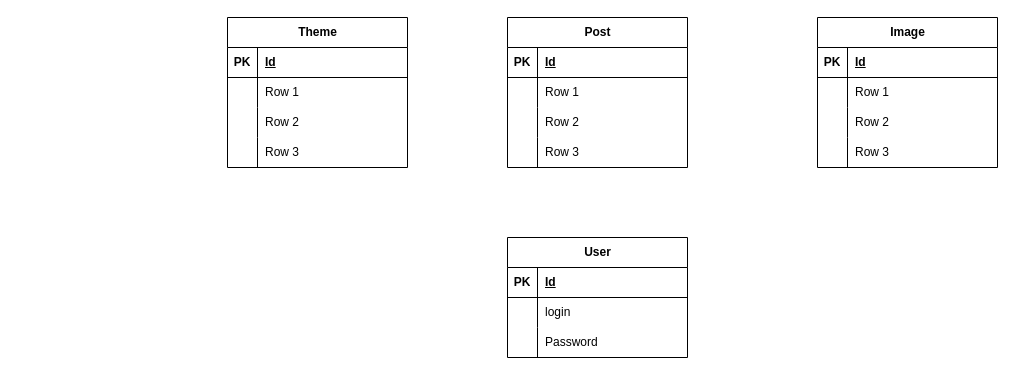
Above: Диаграмма без названия.drawio in AbominablePutridity/c_threads_api (draw.io), before the change. Source tidied: cells renumbered, new cells numbered last; positions are measured from the earlier drawing's top-left corner, leaving out a move shared by most shapes. Both pictures are drawn from the tidied source at 100%, with x=0, y=0 at pixel (227, 17).
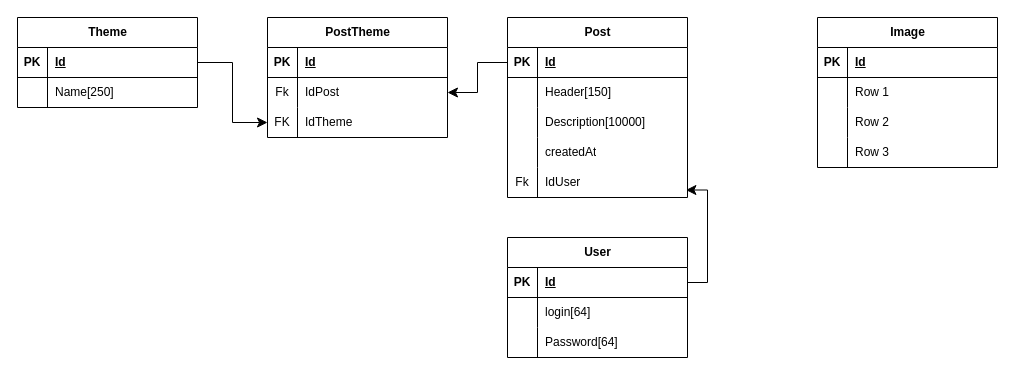
After the change.

The change refers to these unchanged cells:
```xml
<mxCell id="3" style="shape=tableRow;horizontal=0;startSize=0;swimlaneHead=0;swimlaneBody=0;fillColor=none;points=[[0,0.5],[1,0.5]];portConstraint=eastwest;top=0;left=0;right=0;bottom=1;" parent="2" vertex="1">
  <mxGeometry y="30" width="180" height="30" as="geometry" />
</mxCell>
<mxCell id="6" style="shape=tableRow;horizontal=0;startSize=0;swimlaneHead=0;swimlaneBody=0;fillColor=none;top=0;left=0;right=0;bottom=0;" parent="2" vertex="1">
  <mxGeometry y="60" width="180" height="30" as="geometry" />
</mxCell>
<mxCell id="16" style="shape=tableRow;horizontal=0;startSize=0;swimlaneHead=0;swimlaneBody=0;fillColor=none;points=[[0,0.5],[1,0.5]];portConstraint=eastwest;top=0;left=0;right=0;bottom=1;" parent="15" vertex="1">
  <mxGeometry y="30" width="180" height="30" as="geometry" />
</mxCell>
<mxCell id="19" style="shape=tableRow;horizontal=0;startSize=0;swimlaneHead=0;swimlaneBody=0;fillColor=none;top=0;left=0;right=0;bottom=0;" parent="15" vertex="1">
  <mxGeometry y="60" width="180" height="30" as="geometry" />
</mxCell>
<mxCell id="22" style="shape=tableRow;horizontal=0;startSize=0;swimlaneHead=0;swimlaneBody=0;fillColor=none;top=0;left=0;right=0;bottom=0;" parent="15" vertex="1">
  <mxGeometry y="90" width="180" height="30" as="geometry" />
</mxCell>
<mxCell id="25" style="shape=tableRow;horizontal=0;startSize=0;swimlaneHead=0;swimlaneBody=0;fillColor=none;top=0;left=0;right=0;bottom=0;" parent="15" vertex="1">
  <mxGeometry y="120" width="180" height="30" as="geometry" />
</mxCell>
<mxCell id="42" style="shape=tableRow;horizontal=0;startSize=0;swimlaneHead=0;swimlaneBody=0;fillColor=none;points=[[0,0.5],[1,0.5]];portConstraint=eastwest;top=0;left=0;right=0;bottom=1;" parent="41" vertex="1">
  <mxGeometry y="30" width="180" height="30" as="geometry" />
</mxCell>
<mxCell id="45" style="shape=tableRow;horizontal=0;startSize=0;swimlaneHead=0;swimlaneBody=0;fillColor=none;top=0;left=0;right=0;bottom=0;" parent="41" vertex="1">
  <mxGeometry y="60" width="180" height="30" as="geometry" />
</mxCell>
<mxCell id="48" style="shape=tableRow;horizontal=0;startSize=0;swimlaneHead=0;swimlaneBody=0;fillColor=none;top=0;left=0;right=0;bottom=0;" parent="41" vertex="1">
  <mxGeometry y="90" width="180" height="30" as="geometry" />
</mxCell>
```

The edit, as a diff of the source:
```diff
@@
     <mxCell id="2" value="Theme" style="shape=table;startSize=30;childLayout=tableLayout;rowLines=0;fontStyle=1;align=center;html=1;" parent="1" vertex="1">
-      <mxGeometry width="180" height="150" as="geometry" />
+      <mxGeometry x="-210" width="180" height="90" as="geometry" />
     </mxCell>
@@
-    <mxCell id="8" value="Row 1" style="shape=partialRectangle;fillColor=none;top=0;left=0;bottom=0;right=0;align=left;spacingLeft=6;overflow=hidden;whiteSpace=wrap;html=1;" parent="6" vertex="1">
+    <mxCell id="8" value="Name[250]" style="shape=partialRectangle;fillColor=none;top=0;left=0;bottom=0;right=0;align=left;spacingLeft=6;overflow=hidden;whiteSpace=wrap;html=1;" parent="6" vertex="1">
       <mxGeometry x="30" width="150" height="30" as="geometry" />
     </mxCell>
-    <mxCell id="9" style="shape=tableRow;horizontal=0;startSize=0;swimlaneHead=0;swimlaneBody=0;fillColor=none;points=[[0,0.5],[1,0.5]];portConstraint=eastwest;top=0;left=0;right=0;bottom=0;" parent="2" vertex="1">
-      <mxGeometry y="90" width="180" height="30" as="geometry" />
-    </mxCell>
-    <mxCell id="10" style="shape=partialRectangle;fillColor=none;top=0;left=0;bottom=0;right=0;overflow=hidden;whiteSpace=wrap;html=1;" parent="9" vertex="1">
-      <mxGeometry width="30" height="30" as="geometry" />
-    </mxCell>
-    <mxCell id="11" value="Row 2" style="shape=partialRectangle;fillColor=none;top=0;left=0;bottom=0;right=0;align=left;spacingLeft=6;overflow=hidden;whiteSpace=wrap;html=1;" parent="9" vertex="1">
-      <mxGeometry x="30" width="150" height="30" as="geometry" />
-    </mxCell>
-    <mxCell id="12" style="shape=tableRow;horizontal=0;startSize=0;swimlaneHead=0;swimlaneBody=0;fillColor=none;top=0;left=0;right=0;bottom=0;" parent="2" vertex="1">
-      <mxGeometry y="120" width="180" height="30" as="geometry" />
-    </mxCell>
-    <mxCell id="13" style="shape=partialRectangle;fillColor=none;top=0;left=0;bottom=0;right=0;overflow=hidden;whiteSpace=wrap;html=1;" parent="12" vertex="1">
-      <mxGeometry width="30" height="30" as="geometry" />
-    </mxCell>
-    <mxCell id="14" value="Row 3" style="shape=partialRectangle;fillColor=none;top=0;left=0;bottom=0;right=0;align=left;spacingLeft=6;overflow=hidden;whiteSpace=wrap;html=1;" parent="12" vertex="1">
-      <mxGeometry x="30" width="150" height="30" as="geometry" />
-    </mxCell>
     <mxCell id="15" value="Post" style="shape=table;startSize=30;childLayout=tableLayout;rowLines=0;fontStyle=1;align=center;html=1;" parent="1" vertex="1">
-      <mxGeometry x="280" width="180" height="150" as="geometry" />
+      <mxGeometry x="280" width="180" height="180" as="geometry" />
     </mxCell>
@@
-    <mxCell id="21" value="Row 1" style="shape=partialRectangle;fillColor=none;top=0;left=0;bottom=0;right=0;align=left;spacingLeft=6;overflow=hidden;whiteSpace=wrap;html=1;" parent="19" vertex="1">
+    <mxCell id="21" value="Header[150]" style="shape=partialRectangle;fillColor=none;top=0;left=0;bottom=0;right=0;align=left;spacingLeft=6;overflow=hidden;whiteSpace=wrap;html=1;" parent="19" vertex="1">
       <mxGeometry x="30" width="150" height="30" as="geometry" />
     </mxCell>
@@
-    <mxCell id="24" value="Row 2" style="shape=partialRectangle;fillColor=none;top=0;left=0;bottom=0;right=0;align=left;spacingLeft=6;overflow=hidden;whiteSpace=wrap;html=1;" parent="22" vertex="1">
+    <mxCell id="24" value="Description[10000]" style="shape=partialRectangle;fillColor=none;top=0;left=0;bottom=0;right=0;align=left;spacingLeft=6;overflow=hidden;whiteSpace=wrap;html=1;" parent="22" vertex="1">
       <mxGeometry x="30" width="150" height="30" as="geometry" />
     </mxCell>
@@
-    <mxCell id="27" value="Row 3" style="shape=partialRectangle;fillColor=none;top=0;left=0;bottom=0;right=0;align=left;spacingLeft=6;overflow=hidden;whiteSpace=wrap;html=1;" parent="25" vertex="1">
+    <mxCell id="27" value="createdAt" style="shape=partialRectangle;fillColor=none;top=0;left=0;bottom=0;right=0;align=left;spacingLeft=6;overflow=hidden;whiteSpace=wrap;html=1;" parent="25" vertex="1">
       <mxGeometry x="30" width="150" height="30" as="geometry" />
     </mxCell>
+    <mxCell id="51" style="shape=tableRow;horizontal=0;startSize=0;swimlaneHead=0;swimlaneBody=0;fillColor=none;points=[[0,0.5],[1,0.5]];portConstraint=eastwest;top=0;left=0;right=0;bottom=0;" parent="15" vertex="1">
+      <mxGeometry y="150" width="180" height="30" as="geometry" />
+    </mxCell>
+    <mxCell id="52" value="Fk" style="shape=partialRectangle;fillColor=none;top=0;left=0;bottom=0;right=0;overflow=hidden;whiteSpace=wrap;html=1;" parent="51" vertex="1">
+      <mxGeometry width="30" height="30" as="geometry" />
+    </mxCell>
+    <mxCell id="53" value="IdUser" style="shape=partialRectangle;fillColor=none;top=0;left=0;bottom=0;right=0;align=left;spacingLeft=6;overflow=hidden;whiteSpace=wrap;html=1;" parent="51" vertex="1">
+      <mxGeometry x="30" width="150" height="30" as="geometry" />
+    </mxCell>
@@
-    <mxCell id="47" value="login" style="shape=partialRectangle;fillColor=none;top=0;left=0;bottom=0;right=0;align=left;spacingLeft=6;overflow=hidden;whiteSpace=wrap;html=1;" parent="45" vertex="1">
+    <mxCell id="47" value="login[64]" style="shape=partialRectangle;fillColor=none;top=0;left=0;bottom=0;right=0;align=left;spacingLeft=6;overflow=hidden;whiteSpace=wrap;html=1;" parent="45" vertex="1">
       <mxGeometry x="30" width="150" height="30" as="geometry" />
     </mxCell>
@@
-    <mxCell id="50" value="Password" style="shape=partialRectangle;fillColor=none;top=0;left=0;bottom=0;right=0;align=left;spacingLeft=6;overflow=hidden;whiteSpace=wrap;html=1;" parent="48" vertex="1">
+    <mxCell id="50" value="Password[64]" style="shape=partialRectangle;fillColor=none;top=0;left=0;bottom=0;right=0;align=left;spacingLeft=6;overflow=hidden;whiteSpace=wrap;html=1;" parent="48" vertex="1">
       <mxGeometry x="30" width="150" height="30" as="geometry" />
     </mxCell>
+    <mxCell id="54" value="PostTheme" style="shape=table;startSize=30;childLayout=tableLayout;rowLines=0;fontStyle=1;align=center;html=1;" parent="1" vertex="1">
+      <mxGeometry x="40" width="180" height="120" as="geometry" />
+    </mxCell>
+    <mxCell id="55" style="shape=tableRow;horizontal=0;startSize=0;swimlaneHead=0;swimlaneBody=0;fillColor=none;top=0;left=0;right=0;bottom=1;" parent="54" vertex="1">
+      <mxGeometry y="30" width="180" height="30" as="geometry" />
+    </mxCell>
+    <mxCell id="56" value="PK" style="shape=partialRectangle;fillColor=none;top=0;left=0;bottom=0;right=0;fontStyle=1;overflow=hidden;whiteSpace=wrap;html=1;" parent="55" vertex="1">
+      <mxGeometry width="30" height="30" as="geometry" />
+    </mxCell>
+    <mxCell id="57" value="Id" style="shape=partialRectangle;fillColor=none;top=0;left=0;bottom=0;right=0;align=left;spacingLeft=6;fontStyle=5;overflow=hidden;whiteSpace=wrap;html=1;" parent="55" vertex="1">
+      <mxGeometry x="30" width="150" height="30" as="geometry" />
+    </mxCell>
+    <mxCell id="58" style="shape=tableRow;horizontal=0;startSize=0;swimlaneHead=0;swimlaneBody=0;fillColor=none;points=[[0,0.5],[1,0.5]];portConstraint=eastwest;top=0;left=0;right=0;bottom=0;" parent="54" vertex="1">
+      <mxGeometry y="60" width="180" height="30" as="geometry" />
+    </mxCell>
+    <mxCell id="59" value="Fk" style="shape=partialRectangle;fillColor=none;top=0;left=0;bottom=0;right=0;overflow=hidden;whiteSpace=wrap;html=1;" parent="58" vertex="1">
+      <mxGeometry width="30" height="30" as="geometry" />
+    </mxCell>
+    <mxCell id="60" value="IdPost" style="shape=partialRectangle;fillColor=none;top=0;left=0;bottom=0;right=0;align=left;spacingLeft=6;overflow=hidden;whiteSpace=wrap;html=1;" parent="58" vertex="1">
+      <mxGeometry x="30" width="150" height="30" as="geometry" />
+    </mxCell>
+    <mxCell id="9" style="shape=tableRow;horizontal=0;startSize=0;swimlaneHead=0;swimlaneBody=0;fillColor=none;points=[[0,0.5],[1,0.5]];portConstraint=eastwest;top=0;left=0;right=0;bottom=0;" parent="54" vertex="1">
+      <mxGeometry y="90" width="180" height="30" as="geometry" />
+    </mxCell>
+    <mxCell id="61" value="FK" style="shape=partialRectangle;fillColor=none;top=0;left=0;bottom=0;right=0;overflow=hidden;whiteSpace=wrap;html=1;" parent="9" vertex="1">
+      <mxGeometry width="30" height="30" as="geometry" />
+    </mxCell>
+    <mxCell id="62" value="IdTheme" style="shape=partialRectangle;fillColor=none;top=0;left=0;bottom=0;right=0;align=left;spacingLeft=6;overflow=hidden;whiteSpace=wrap;html=1;" parent="9" vertex="1">
+      <mxGeometry x="30" width="150" height="30" as="geometry" />
+    </mxCell>
+    <mxCell id="63" style="edgeStyle=orthogonalEdgeStyle;rounded=0;jettySize=auto;html=1;entryX=0.991;entryY=0.75;entryDx=0;entryDy=0;entryPerimeter=0;fontSize=12;defaultLabelBackgroundColor=gap;startSize=8;endSize=8;" parent="1" edge="1" source="42" target="51">
+      <mxGeometry relative="1" as="geometry">
+        <Array as="points">
+          <mxPoint x="480" y="265" />
+          <mxPoint x="480" y="172.5" />
+        </Array>
+      </mxGeometry>
+    </mxCell>
+    <mxCell id="64" style="edgeStyle=orthogonalEdgeStyle;rounded=0;jettySize=auto;html=1;fontSize=12;defaultLabelBackgroundColor=gap;startSize=8;endSize=8;" parent="1" edge="1" source="16" target="58">
+      <mxGeometry relative="1" as="geometry" />
+    </mxCell>
+    <mxCell id="65" style="edgeStyle=orthogonalEdgeStyle;rounded=0;jettySize=auto;html=1;entryX=0;entryY=0.5;entryDx=0;entryDy=0;fontSize=12;defaultLabelBackgroundColor=gap;startSize=8;endSize=8;" parent="1" edge="1" source="3" target="9">
+      <mxGeometry relative="1" as="geometry" />
+    </mxCell>
```
